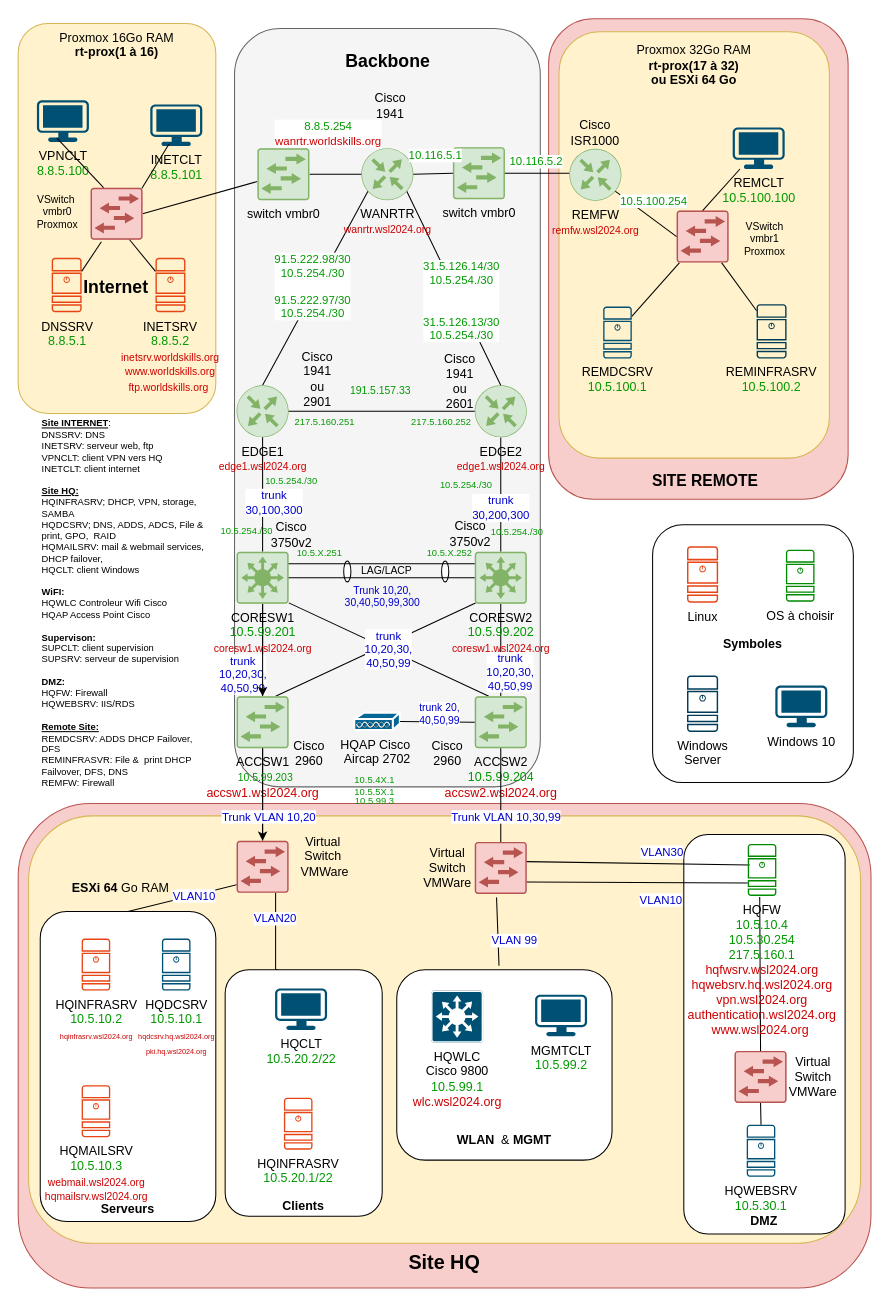
This is page "Physical - Simplified" (1 of 6) of SAE501-2024-étudiants.drawio from Nayrekk/SAE501, a draw.io file, before an edit. Source tidied: cells renumbered, new cells numbered last; positions are measured from the earlier drawing's top-left corner, leaving out a move shared by most shapes. Both pictures are drawn from the tidied source at 104%, with x=0, y=0 at pixel (18, 19).
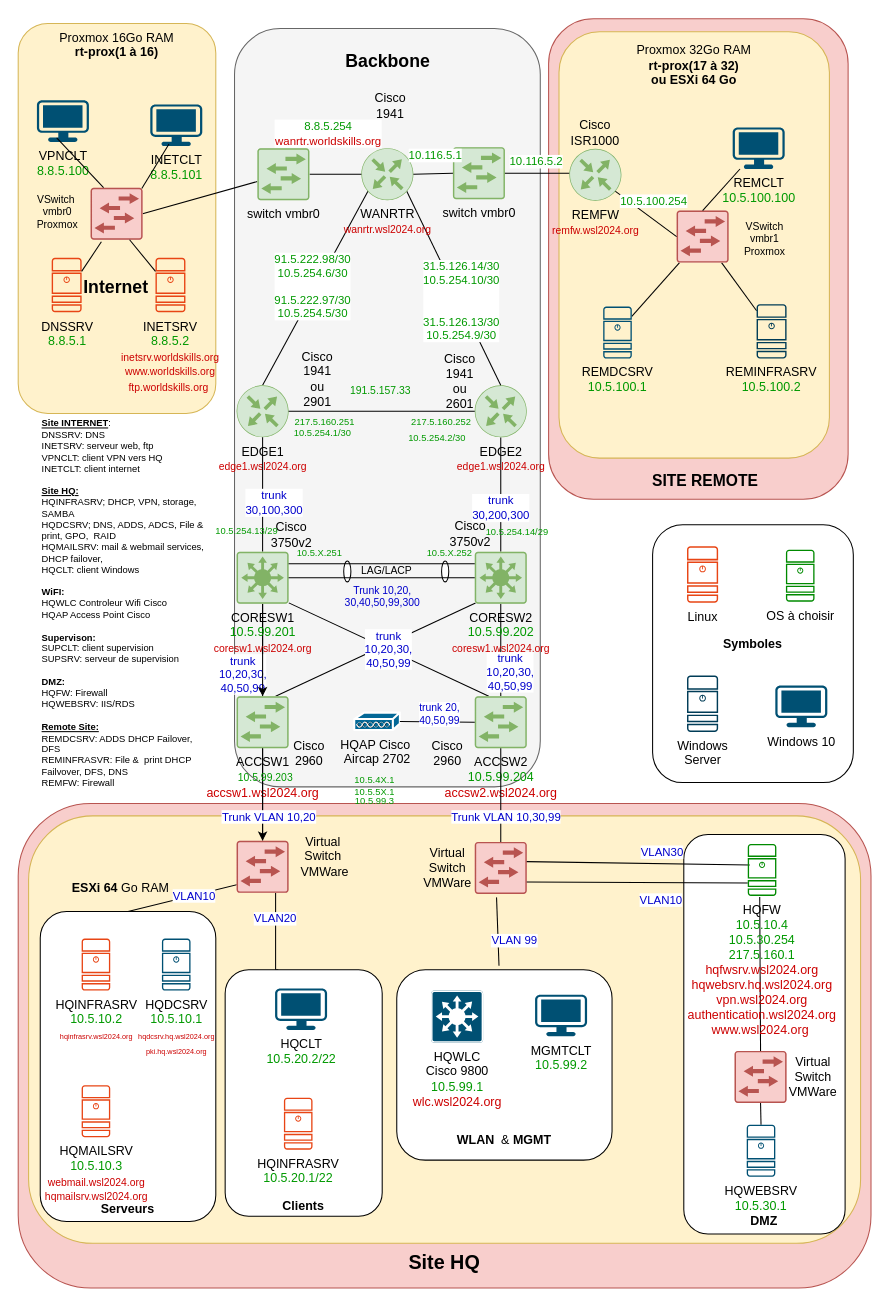
The same page after the edit.

The change refers to these unchanged cells:
```xml
<mxCell id="18" style="edgeStyle=none;rounded=0;jettySize=auto;html=1;exitX=0.5;exitY=0;exitDx=0;exitDy=0;exitPerimeter=0;entryX=0.145;entryY=0.855;entryDx=0;entryDy=0;entryPerimeter=0;endArrow=none;endFill=0;" parent="1" edge="1" source="20">
  <mxGeometry relative="1" as="geometry">
    <mxPoint x="337.2" y="163.8" as="targetPoint" />
  </mxGeometry>
</mxCell>
<mxCell id="27" style="edgeStyle=none;rounded=0;jettySize=auto;html=1;exitX=0.855;exitY=0.8555;exitDx=0;exitDy=0;exitPerimeter=0;entryX=0.5;entryY=0;entryDx=0;entryDy=0;entryPerimeter=0;endArrow=none;endFill=0;" parent="1" edge="1" target="26">
  <mxGeometry relative="1" as="geometry">
    <mxPoint x="372.8" y="163.8" as="sourcePoint" />
  </mxGeometry>
</mxCell>
```

Diff of the diagram source:
```diff
@@
-    <mxCell id="19" value="&lt;div&gt;&lt;font color=&quot;#009900&quot;&gt;91.5.222.98/30&lt;/font&gt;&lt;/div&gt;&lt;div&gt;&lt;font color=&quot;#009900&quot;&gt;10.5.254./30&lt;/font&gt;&lt;/div&gt;&lt;div&gt;&lt;font color=&quot;#009900&quot;&gt;&lt;br&gt;&lt;/font&gt;&lt;/div&gt;&lt;div&gt;&lt;font color=&quot;#009900&quot;&gt;91.5.222.97/30&lt;/font&gt;&lt;/div&gt;&lt;div&gt;&lt;font color=&quot;#009900&quot;&gt;10.5.254./30&lt;/font&gt;&lt;br&gt;&lt;/div&gt;" style="edgeLabel;html=1;align=center;verticalAlign=middle;" parent="18" vertex="1">
+    <mxCell id="19" value="&lt;div&gt;&lt;font color=&quot;#009900&quot;&gt;91.5.222.98/30&lt;/font&gt;&lt;/div&gt;&lt;div&gt;&lt;font color=&quot;#009900&quot;&gt;10.5.254.6/30&lt;/font&gt;&lt;/div&gt;&lt;div&gt;&lt;font color=&quot;#009900&quot;&gt;&lt;br&gt;&lt;/font&gt;&lt;/div&gt;&lt;div&gt;&lt;font color=&quot;#009900&quot;&gt;91.5.222.97/30&lt;/font&gt;&lt;/div&gt;&lt;div&gt;&lt;font color=&quot;#009900&quot;&gt;10.5.254.5/30&lt;/font&gt;&lt;br&gt;&lt;/div&gt;" style="edgeLabel;html=1;align=center;verticalAlign=middle;" parent="18" vertex="1">
       <mxGeometry x="0.19" y="2" relative="1" as="geometry">
         <mxPoint x="-11" y="17" as="offset" />
       </mxGeometry>
     </mxCell>
@@
-    <mxCell id="28" value="&lt;div&gt;&lt;font color=&quot;#009900&quot;&gt;31.5.126.14/30&lt;/font&gt;&lt;/div&gt;&lt;div&gt;&lt;font color=&quot;#009900&quot;&gt;10.5.254./30&lt;br&gt;&lt;/font&gt;&lt;/div&gt;&lt;div&gt;&lt;font color=&quot;#009900&quot;&gt;&lt;br&gt;&lt;/font&gt;&lt;/div&gt;&lt;div&gt;&lt;font color=&quot;#009900&quot;&gt;&lt;br&gt;&lt;/font&gt;&lt;/div&gt;&lt;div&gt;&lt;font color=&quot;#009900&quot;&gt;31.5.126.13/30&lt;/font&gt;&lt;/div&gt;&lt;div&gt;&lt;font color=&quot;#009900&quot;&gt;10.5.254./30&lt;/font&gt;&lt;br&gt;&lt;/div&gt;" style="edgeLabel;html=1;align=center;verticalAlign=middle;" parent="27" vertex="1">
+    <mxCell id="28" value="&lt;div&gt;&lt;font color=&quot;#009900&quot;&gt;31.5.126.14/30&lt;/font&gt;&lt;/div&gt;&lt;div&gt;&lt;font color=&quot;#009900&quot;&gt;10.5.254.10/30&lt;br&gt;&lt;/font&gt;&lt;/div&gt;&lt;div&gt;&lt;font color=&quot;#009900&quot;&gt;&lt;br&gt;&lt;/font&gt;&lt;/div&gt;&lt;div&gt;&lt;font color=&quot;#009900&quot;&gt;&lt;br&gt;&lt;/font&gt;&lt;/div&gt;&lt;div&gt;&lt;font color=&quot;#009900&quot;&gt;31.5.126.13/30&lt;/font&gt;&lt;/div&gt;&lt;div&gt;&lt;font color=&quot;#009900&quot;&gt;10.5.254.9/30&lt;/font&gt;&lt;br&gt;&lt;/div&gt;" style="edgeLabel;html=1;align=center;verticalAlign=middle;" parent="27" vertex="1">
       <mxGeometry x="0.14" y="1" relative="1" as="geometry" />
     </mxCell>
@@
-    <mxCell id="117" value="&lt;font color=&quot;#009900&quot; style=&quot;font-size: 9px;&quot;&gt;10.5.254./30&lt;/font&gt;" style="text;html=1;align=center;verticalAlign=middle;whiteSpace=wrap;rounded=0;" parent="1" vertex="1">
-      <mxGeometry x="233" y="428" width="60" height="30" as="geometry" />
+    <mxCell id="117" value="&lt;font color=&quot;#009900&quot; style=&quot;font-size: 9px;&quot;&gt;10.5.254.1/30&lt;/font&gt;" style="text;html=1;align=center;verticalAlign=middle;whiteSpace=wrap;rounded=0;" parent="1" vertex="1">
+      <mxGeometry x="263.1" y="382" width="60" height="30" as="geometry" />
     </mxCell>
-    <mxCell id="118" value="&lt;font style=&quot;font-size: 9px;&quot;&gt;10.5.254./30&lt;/font&gt;" style="text;html=1;align=center;verticalAlign=middle;whiteSpace=wrap;rounded=0;fontColor=#009900;" parent="1" vertex="1">
+    <mxCell id="118" value="&lt;font style=&quot;font-size: 9px;&quot;&gt;10.5.254.13/29&lt;/font&gt;" style="text;html=1;align=center;verticalAlign=middle;whiteSpace=wrap;rounded=0;fontColor=#009900;" parent="1" vertex="1">
       <mxGeometry x="190" y="476" width="60" height="30" as="geometry" />
     </mxCell>
-    <mxCell id="119" value="&lt;font color=&quot;#009900&quot; style=&quot;font-size: 9px;&quot;&gt;10.5.254./30&lt;/font&gt;" style="text;html=1;align=center;verticalAlign=middle;whiteSpace=wrap;rounded=0;" parent="1" vertex="1">
-      <mxGeometry x="401" y="431.5" width="60" height="30" as="geometry" />
+    <mxCell id="119" value="&lt;font color=&quot;#009900&quot; style=&quot;font-size: 9px;&quot;&gt;10.5.254.2/30&lt;/font&gt;" style="text;html=1;align=center;verticalAlign=middle;whiteSpace=wrap;rounded=0;" parent="1" vertex="1">
+      <mxGeometry x="373" y="387" width="60" height="30" as="geometry" />
     </mxCell>
-    <mxCell id="120" value="&lt;font style=&quot;font-size: 9px;&quot;&gt;10.5.254./30&lt;/font&gt;" style="text;html=1;align=center;verticalAlign=middle;whiteSpace=wrap;rounded=0;fontColor=#009900;" parent="1" vertex="1">
+    <mxCell id="120" value="&lt;font style=&quot;font-size: 9px;&quot;&gt;10.5.254.14/29&lt;/font&gt;" style="text;html=1;align=center;verticalAlign=middle;whiteSpace=wrap;rounded=0;fontColor=#009900;" parent="1" vertex="1">
       <mxGeometry x="450" y="476.7" width="60" height="30" as="geometry" />
     </mxCell>
```
